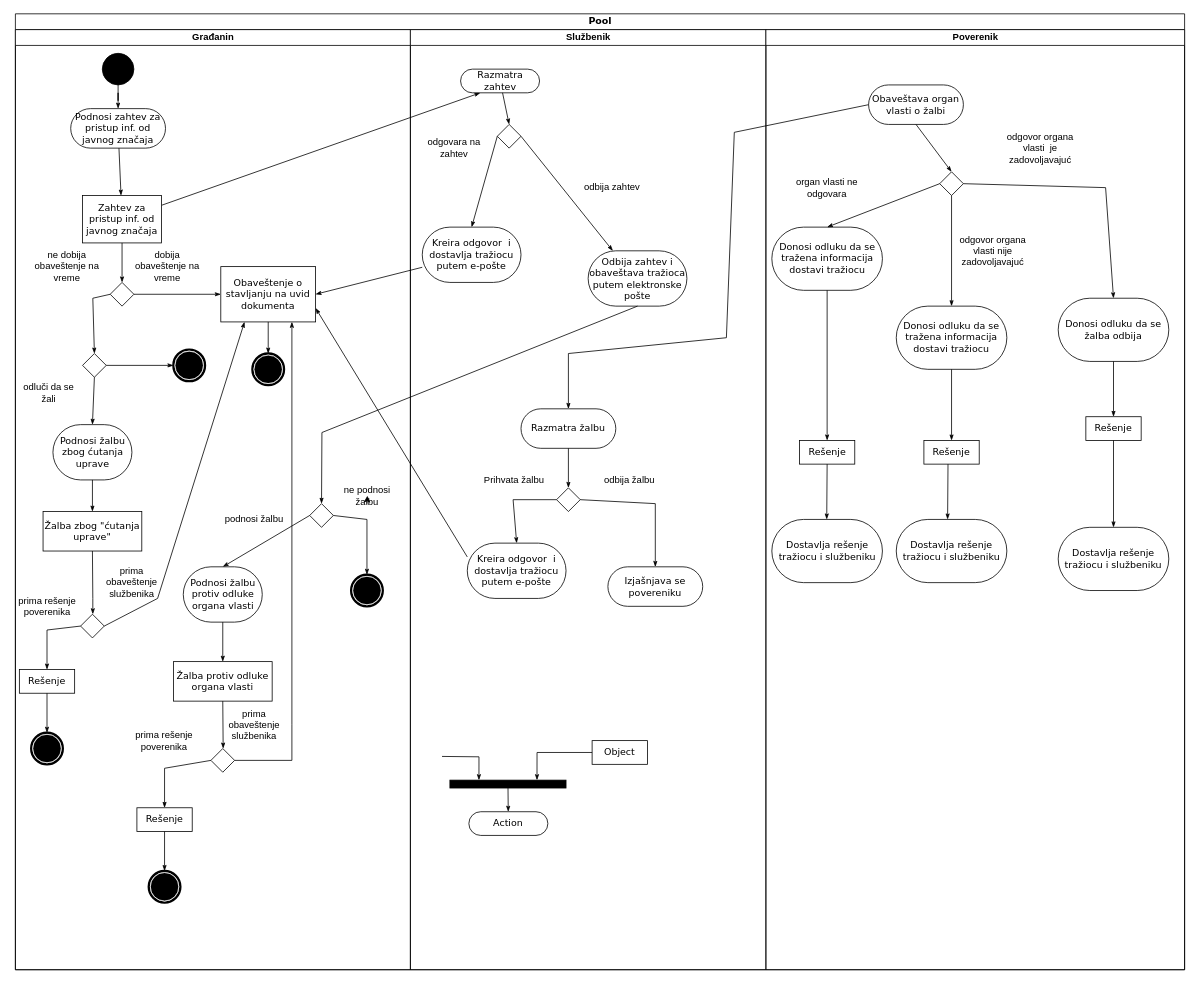
The draw.io diagram xml/Tim18_UML.drawio in gegic/poverenik, before the edit. Source tidied: cells renumbered, new cells numbered last; positions are measured from the earlier drawing's top-left corner, leaving out a move shared by most shapes. Both pictures are drawn from the tidied source at 79%, with x=0, y=0 at pixel (13, 13).
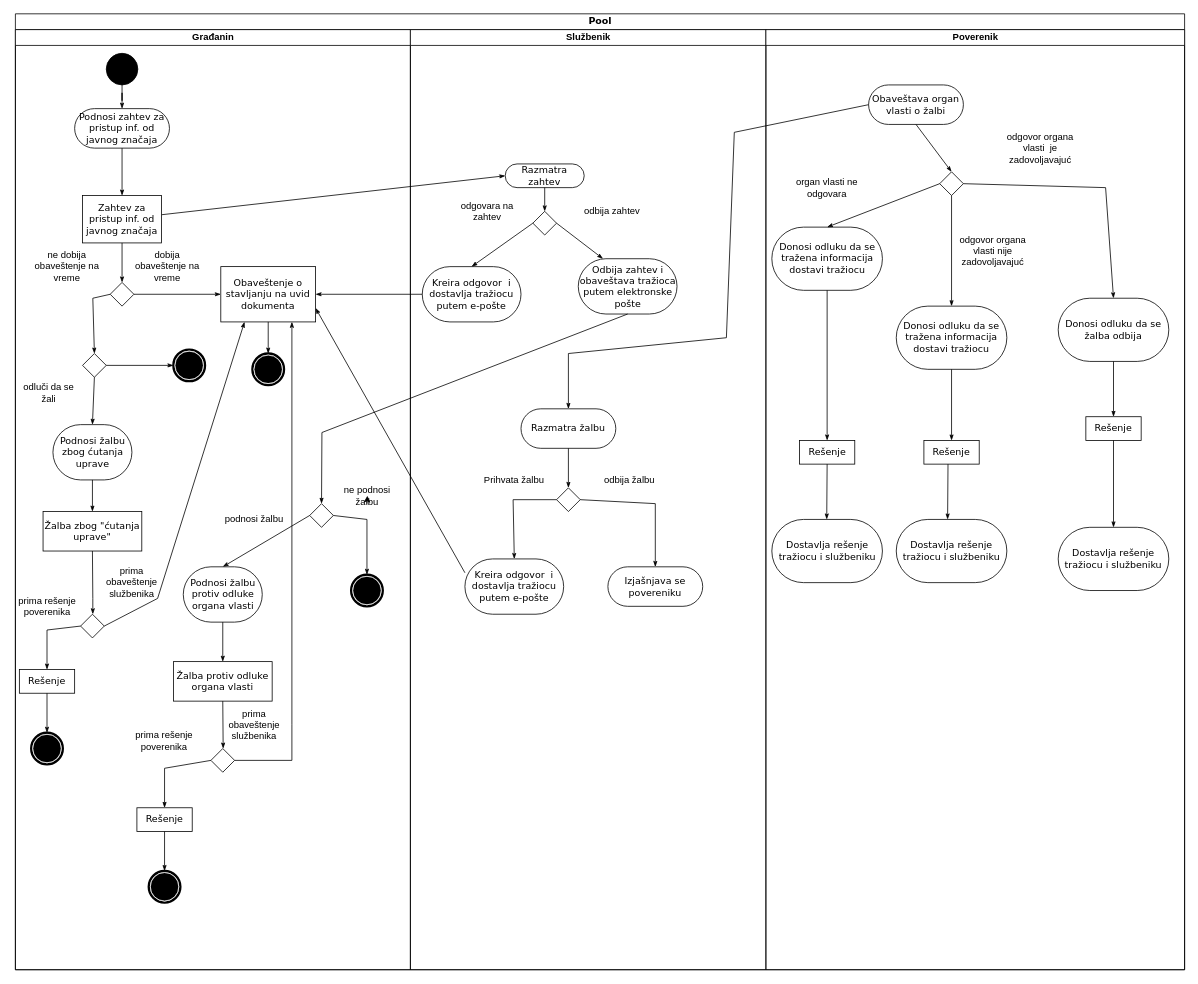
The same page after the edit.

The change refers to these unchanged cells:
```xml
<mxCell id="2" value="Pool" style="swimlane;html=1;startSize=20;rounded=0;shadow=0;comic=0;labelBackgroundColor=none;strokeWidth=1;fontFamily=Verdana;fontSize=12;align=center;" parent="1" vertex="1">
  <mxGeometry x="2" width="1480" height="1210" as="geometry" />
</mxCell>
<mxCell id="4" value="Građanin" style="swimlane;html=1;startSize=20;" parent="2" vertex="1">
  <mxGeometry y="20" width="500" height="1190" as="geometry" />
</mxCell>
<mxCell id="6" value="Zahtev za pristup inf. od javnog značaja" style="rounded=0;whiteSpace=wrap;html=1;shadow=0;comic=0;labelBackgroundColor=none;strokeWidth=1;fontFamily=Verdana;fontSize=12;align=center;arcSize=50;" parent="4" vertex="1">
  <mxGeometry x="85" y="210" width="100" height="60" as="geometry" />
</mxCell>
<mxCell id="55" value="Službenik" style="swimlane;html=1;startSize=20;" parent="2" vertex="1">
  <mxGeometry x="500" y="20" width="450" height="1190" as="geometry" />
</mxCell>
```

The edit, as a diff of the source:
```diff
@@
-    <mxCell id="3" style="edgeStyle=none;rounded=0;html=1;labelBackgroundColor=none;startArrow=none;startFill=0;startSize=5;endArrow=classicThin;endFill=1;endSize=5;jettySize=auto;strokeWidth=1;fontFamily=Verdana;fontSize=12;entryX=0.25;entryY=1;entryDx=0;entryDy=0;" parent="2" edge="1" source="6" target="60">
+    <mxCell id="3" style="edgeStyle=none;rounded=0;html=1;labelBackgroundColor=none;startArrow=none;startFill=0;startSize=5;endArrow=classicThin;endFill=1;endSize=5;jettySize=auto;strokeWidth=1;fontFamily=Verdana;fontSize=12;entryX=0;entryY=0.5;entryDx=0;entryDy=0;" parent="2" edge="1" source="6" target="60">
       <mxGeometry relative="1" as="geometry" />
     </mxCell>
@@
     <mxCell id="5" value="Podnosi zahtev za pristup inf. od javnog značaja" style="rounded=1;whiteSpace=wrap;html=1;shadow=0;comic=0;labelBackgroundColor=none;strokeWidth=1;fontFamily=Verdana;fontSize=12;align=center;arcSize=50;" parent="4" vertex="1">
-      <mxGeometry x="70" y="100" width="120" height="50" as="geometry" />
+      <mxGeometry x="75" y="100" width="120" height="50" as="geometry" />
     </mxCell>
@@
     <mxCell id="9" style="ellipse;whiteSpace=wrap;html=1;rounded=0;shadow=0;comic=0;labelBackgroundColor=none;strokeWidth=1;fillColor=#000000;fontFamily=Verdana;fontSize=12;align=center;" parent="4" vertex="1">
-      <mxGeometry x="110" y="30" width="40" height="40" as="geometry" />
+      <mxGeometry x="115" y="30" width="40" height="40" as="geometry" />
     </mxCell>
@@
-    <mxCell id="56" value="Action" style="rounded=1;whiteSpace=wrap;html=1;shadow=0;comic=0;labelBackgroundColor=none;strokeWidth=1;fontFamily=Verdana;fontSize=12;align=center;arcSize=50;" parent="55" vertex="1">
-      <mxGeometry x="74" y="990" width="100" height="30" as="geometry" />
-    </mxCell>
-    <mxCell id="57" style="edgeStyle=none;rounded=0;html=1;labelBackgroundColor=none;startArrow=none;startFill=0;startSize=5;endArrow=classicThin;endFill=1;endSize=5;jettySize=auto;strokeWidth=1;fontFamily=Verdana;fontSize=12;" parent="55" edge="1" source="58" target="56">
-      <mxGeometry relative="1" as="geometry" />
-    </mxCell>
-    <mxCell id="58" style="whiteSpace=wrap;html=1;rounded=0;shadow=0;comic=0;labelBackgroundColor=none;strokeWidth=1;fillColor=#000000;fontFamily=Verdana;fontSize=12;align=center;rotation=0;" parent="55" vertex="1">
-      <mxGeometry x="50" y="950" width="147" height="10" as="geometry" />
-    </mxCell>
-    <mxCell id="59" style="edgeStyle=orthogonalEdgeStyle;rounded=0;html=1;entryX=0.25;entryY=0;labelBackgroundColor=none;startArrow=none;startFill=0;startSize=5;endArrow=classicThin;endFill=1;endSize=5;jettySize=auto;strokeWidth=1;fontFamily=Verdana;fontSize=12;" parent="55" edge="1" target="58">
-      <mxGeometry relative="1" as="geometry">
-        <mxPoint x="40" y="920" as="sourcePoint" />
-      </mxGeometry>
-    </mxCell>
     <mxCell id="60" value="Razmatra zahtev" style="rounded=1;whiteSpace=wrap;html=1;shadow=0;comic=0;labelBackgroundColor=none;strokeWidth=1;fontFamily=Verdana;fontSize=12;align=center;arcSize=50;" parent="55" vertex="1">
-      <mxGeometry x="63.5" y="50" width="100" height="30" as="geometry" />
+      <mxGeometry x="120" y="170" width="100" height="30" as="geometry" />
     </mxCell>
     <mxCell id="61" style="rhombus;" parent="55" vertex="1">
-      <mxGeometry x="110" y="120" width="30" height="30" as="geometry" />
+      <mxGeometry x="155" y="230" width="30" height="30" as="geometry" />
     </mxCell>
@@
     <mxCell id="63" value="odgovara na zahtev&lt;br&gt;" style="text;html=1;strokeColor=none;fillColor=none;align=center;verticalAlign=middle;whiteSpace=wrap;rounded=0;" parent="55" vertex="1">
-      <mxGeometry x="12.5" y="140" width="85" height="20" as="geometry" />
+      <mxGeometry x="55" y="220" width="85" height="20" as="geometry" />
     </mxCell>
     <mxCell id="64" value="odbija zahtev&lt;br&gt;" style="text;html=1;strokeColor=none;fillColor=none;align=center;verticalAlign=middle;whiteSpace=wrap;rounded=0;" parent="55" vertex="1">
-      <mxGeometry x="212.5" y="190" width="85" height="20" as="geometry" />
+      <mxGeometry x="212.5" y="220" width="85" height="20" as="geometry" />
     </mxCell>
     <mxCell id="65" value="Kreira odgovor&amp;nbsp; i dostavlja tražiocu putem e-pošte" style="rounded=1;whiteSpace=wrap;html=1;shadow=0;comic=0;labelBackgroundColor=none;strokeWidth=1;fontFamily=Verdana;fontSize=12;align=center;arcSize=50;" parent="55" vertex="1">
-      <mxGeometry x="15" y="250" width="125" height="70" as="geometry" />
+      <mxGeometry x="15" y="300" width="125" height="70" as="geometry" />
     </mxCell>
@@
-    <mxCell id="67" value="Object" style="rounded=0;whiteSpace=wrap;html=1;shadow=0;comic=0;labelBackgroundColor=none;strokeWidth=1;fontFamily=Verdana;fontSize=12;align=center;arcSize=50;" parent="55" vertex="1">
-      <mxGeometry x="230" y="900" width="70" height="30" as="geometry" />
-    </mxCell>
-    <mxCell id="68" style="edgeStyle=orthogonalEdgeStyle;rounded=0;html=1;entryX=0.75;entryY=0;labelBackgroundColor=none;startArrow=none;startFill=0;startSize=5;endArrow=classicThin;endFill=1;endSize=5;jettySize=auto;strokeWidth=1;fontFamily=Verdana;fontSize=12;" parent="55" edge="1" source="67" target="58">
-      <mxGeometry relative="1" as="geometry" />
-    </mxCell>
@@
     <mxCell id="70" value="Odbija zahtev i obaveštava tražioca putem elektronske pošte" style="rounded=1;whiteSpace=wrap;html=1;shadow=0;comic=0;labelBackgroundColor=none;strokeWidth=1;fontFamily=Verdana;fontSize=12;align=center;arcSize=50;" parent="55" vertex="1">
-      <mxGeometry x="225" y="280" width="125" height="70" as="geometry" />
+      <mxGeometry x="212.5" y="290" width="125" height="70" as="geometry" />
     </mxCell>
@@
     <mxCell id="78" value="Kreira odgovor&amp;nbsp; i dostavlja tražiocu putem e-pošte" style="rounded=1;whiteSpace=wrap;html=1;shadow=0;comic=0;labelBackgroundColor=none;strokeWidth=1;fontFamily=Verdana;fontSize=12;align=center;arcSize=50;" parent="55" vertex="1">
-      <mxGeometry x="72" y="650" width="125" height="70" as="geometry" />
+      <mxGeometry x="69" y="670" width="125" height="70" as="geometry" />
     </mxCell>
```
